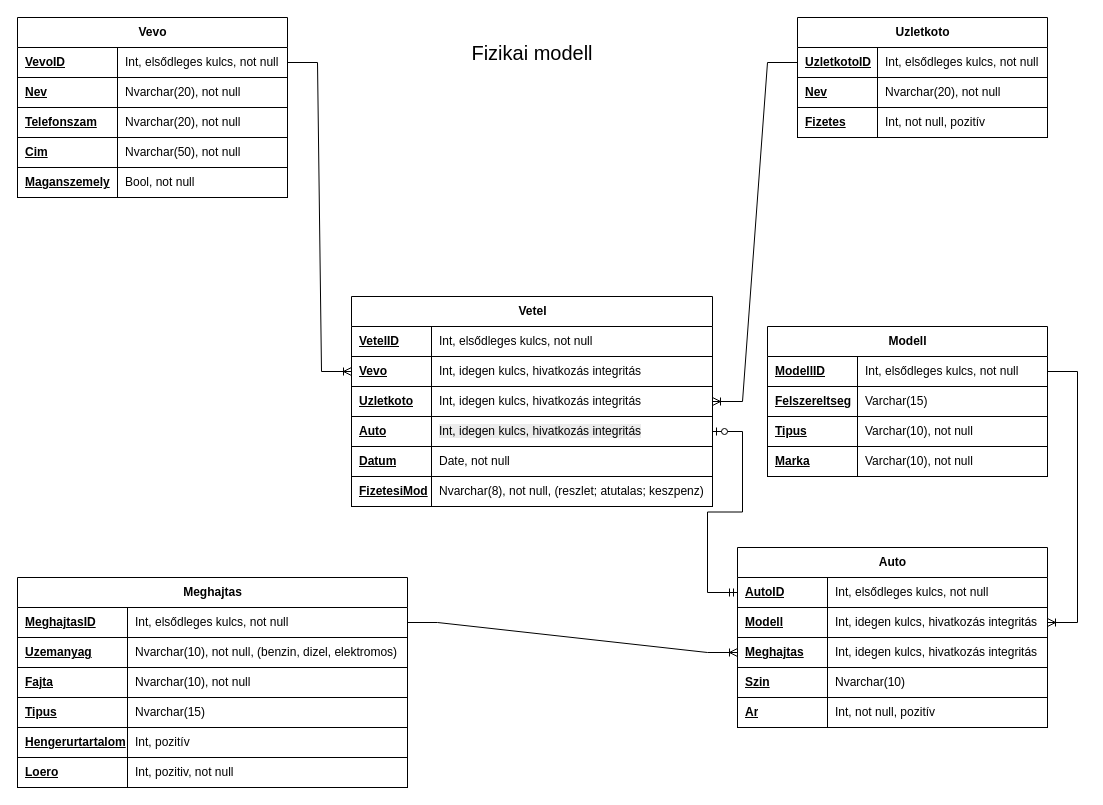
The draw.io diagram page "Fizikai modell" (3 of 3) of BEADANDO/Modellek.drawio in Horvath-B/adatbazisok, before the edit. Source tidied: cells renumbered, new cells numbered last; positions are measured from the earlier drawing's top-left corner, leaving out a move shared by most shapes. Both pictures are drawn from the tidied source at 100%, with x=0, y=0 at pixel (17, 17).
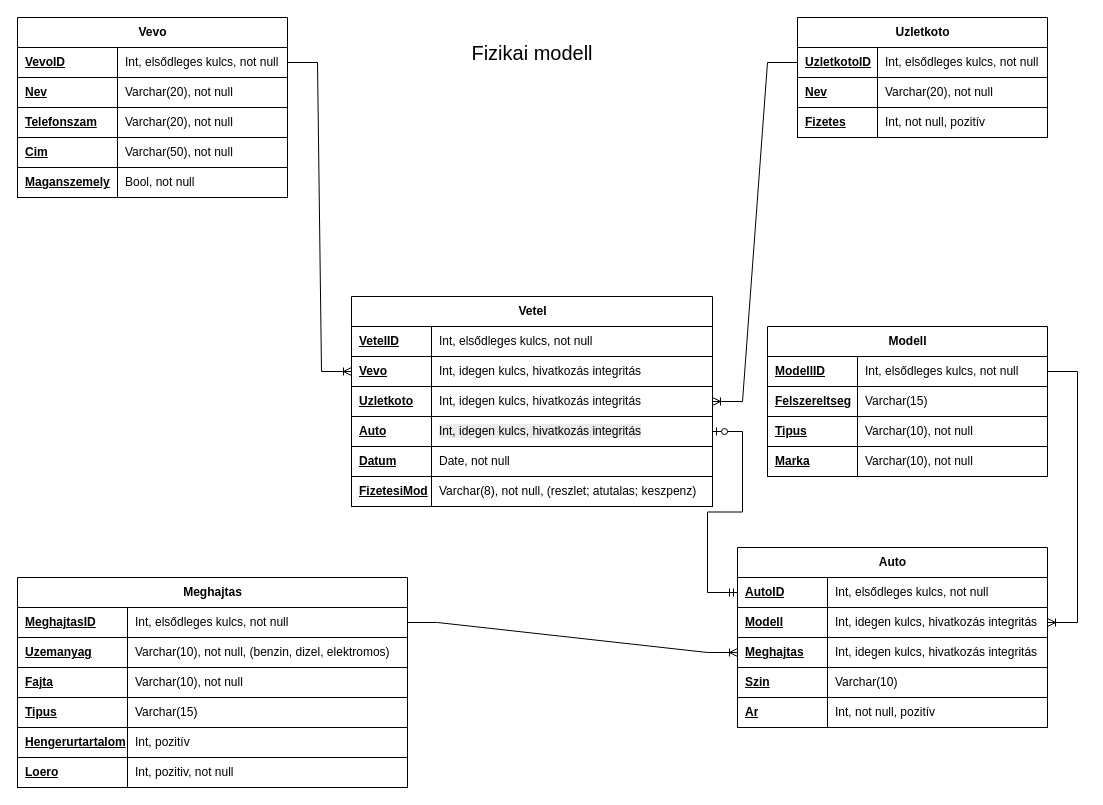
After the change.

Unchanged cells that the change refers to:
```xml
<mxCell id="6" style="shape=tableRow;horizontal=0;startSize=0;swimlaneHead=0;swimlaneBody=0;fillColor=none;top=0;left=0;right=0;bottom=1;" parent="2" vertex="1">
  <mxGeometry y="60" width="270" height="30" as="geometry" />
</mxCell>
<mxCell id="9" style="shape=tableRow;horizontal=0;startSize=0;swimlaneHead=0;swimlaneBody=0;fillColor=none;top=0;left=0;right=0;bottom=1;" parent="2" vertex="1">
  <mxGeometry y="90" width="270" height="30" as="geometry" />
</mxCell>
<mxCell id="12" style="shape=tableRow;horizontal=0;startSize=0;swimlaneHead=0;swimlaneBody=0;fillColor=none;top=0;left=0;right=0;bottom=1;" parent="2" vertex="1">
  <mxGeometry y="120" width="270" height="30" as="geometry" />
</mxCell>
<mxCell id="22" style="shape=tableRow;horizontal=0;startSize=0;swimlaneHead=0;swimlaneBody=0;fillColor=none;top=0;left=0;right=0;bottom=1;" parent="18" vertex="1">
  <mxGeometry y="60" width="250" height="30" as="geometry" />
</mxCell>
<mxCell id="38" style="shape=tableRow;horizontal=0;startSize=0;swimlaneHead=0;swimlaneBody=0;fillColor=none;top=0;left=0;right=0;bottom=1;" parent="28" vertex="1">
  <mxGeometry y="120" width="310" height="30" as="geometry" />
</mxCell>
<mxCell id="48" style="shape=tableRow;horizontal=0;startSize=0;swimlaneHead=0;swimlaneBody=0;fillColor=none;top=0;left=0;right=0;bottom=1;" parent="44" vertex="1">
  <mxGeometry y="60" width="390" height="30" as="geometry" />
</mxCell>
<mxCell id="51" style="shape=tableRow;horizontal=0;startSize=0;swimlaneHead=0;swimlaneBody=0;fillColor=none;top=0;left=0;right=0;bottom=1;" parent="44" vertex="1">
  <mxGeometry y="90" width="390" height="30" as="geometry" />
</mxCell>
<mxCell id="54" style="shape=tableRow;horizontal=0;startSize=0;swimlaneHead=0;swimlaneBody=0;fillColor=none;top=0;left=0;right=0;bottom=1;" parent="44" vertex="1">
  <mxGeometry y="120" width="390" height="30" as="geometry" />
</mxCell>
<mxCell id="80" style="shape=tableRow;horizontal=0;startSize=0;swimlaneHead=0;swimlaneBody=0;fillColor=none;top=0;left=0;right=0;bottom=1;" parent="64" vertex="1">
  <mxGeometry y="180" width="361" height="30" as="geometry" />
</mxCell>
```

The edit, as a diff of the source:
```diff
@@
-    <mxCell id="8" value="Nvarchar(20), not null" style="shape=partialRectangle;fillColor=none;top=0;left=0;bottom=0;right=0;align=left;spacingLeft=6;fontStyle=0;overflow=hidden;whiteSpace=wrap;html=1;" parent="6" vertex="1">
+    <mxCell id="8" value="Varchar(20), not null" style="shape=partialRectangle;fillColor=none;top=0;left=0;bottom=0;right=0;align=left;spacingLeft=6;fontStyle=0;overflow=hidden;whiteSpace=wrap;html=1;" parent="6" vertex="1">
       <mxGeometry x="100" width="170" height="30" as="geometry" />
     </mxCell>
@@
-    <mxCell id="11" value="Nvarchar(20), not null" style="shape=partialRectangle;fillColor=none;top=0;left=0;bottom=0;right=0;align=left;spacingLeft=6;fontStyle=0;overflow=hidden;whiteSpace=wrap;html=1;" parent="9" vertex="1">
+    <mxCell id="11" value="Varchar(20), not null" style="shape=partialRectangle;fillColor=none;top=0;left=0;bottom=0;right=0;align=left;spacingLeft=6;fontStyle=0;overflow=hidden;whiteSpace=wrap;html=1;" parent="9" vertex="1">
       <mxGeometry x="100" width="170" height="30" as="geometry" />
     </mxCell>
@@
-    <mxCell id="14" value="Nvarchar(50), not null" style="shape=partialRectangle;fillColor=none;top=0;left=0;bottom=0;right=0;align=left;spacingLeft=6;fontStyle=0;overflow=hidden;whiteSpace=wrap;html=1;" parent="12" vertex="1">
+    <mxCell id="14" value="Varchar(50), not null" style="shape=partialRectangle;fillColor=none;top=0;left=0;bottom=0;right=0;align=left;spacingLeft=6;fontStyle=0;overflow=hidden;whiteSpace=wrap;html=1;" parent="12" vertex="1">
       <mxGeometry x="100" width="170" height="30" as="geometry" />
     </mxCell>
@@
-    <mxCell id="24" value="Nvarchar(20), not null" style="shape=partialRectangle;fillColor=none;top=0;left=0;bottom=0;right=0;align=left;spacingLeft=6;fontStyle=0;overflow=hidden;whiteSpace=wrap;html=1;" parent="22" vertex="1">
+    <mxCell id="24" value="Varchar(20), not null" style="shape=partialRectangle;fillColor=none;top=0;left=0;bottom=0;right=0;align=left;spacingLeft=6;fontStyle=0;overflow=hidden;whiteSpace=wrap;html=1;" parent="22" vertex="1">
       <mxGeometry x="80" width="170" height="30" as="geometry" />
     </mxCell>
@@
-    <mxCell id="40" value="Nvarchar(10)" style="shape=partialRectangle;fillColor=none;top=0;left=0;bottom=0;right=0;align=left;spacingLeft=6;fontStyle=0;overflow=hidden;whiteSpace=wrap;html=1;" parent="38" vertex="1">
+    <mxCell id="40" value="Varchar(10)" style="shape=partialRectangle;fillColor=none;top=0;left=0;bottom=0;right=0;align=left;spacingLeft=6;fontStyle=0;overflow=hidden;whiteSpace=wrap;html=1;" parent="38" vertex="1">
       <mxGeometry x="90" width="220" height="30" as="geometry" />
     </mxCell>
@@
-    <mxCell id="50" value="Nvarchar(10), not null, (benzin, dizel, elektromos)" style="shape=partialRectangle;fillColor=none;top=0;left=0;bottom=0;right=0;align=left;spacingLeft=6;fontStyle=0;overflow=hidden;whiteSpace=wrap;html=1;" parent="48" vertex="1">
+    <mxCell id="50" value="Varchar(10), not null, (benzin, dizel, elektromos)" style="shape=partialRectangle;fillColor=none;top=0;left=0;bottom=0;right=0;align=left;spacingLeft=6;fontStyle=0;overflow=hidden;whiteSpace=wrap;html=1;" parent="48" vertex="1">
       <mxGeometry x="110" width="280" height="30" as="geometry" />
     </mxCell>
@@
-    <mxCell id="53" value="Nvarchar(10), not null" style="shape=partialRectangle;fillColor=none;top=0;left=0;bottom=0;right=0;align=left;spacingLeft=6;fontStyle=0;overflow=hidden;whiteSpace=wrap;html=1;" parent="51" vertex="1">
+    <mxCell id="53" value="Varchar(10), not null" style="shape=partialRectangle;fillColor=none;top=0;left=0;bottom=0;right=0;align=left;spacingLeft=6;fontStyle=0;overflow=hidden;whiteSpace=wrap;html=1;" parent="51" vertex="1">
       <mxGeometry x="110" width="280" height="30" as="geometry" />
     </mxCell>
@@
-    <mxCell id="56" value="Nvarchar(15)" style="shape=partialRectangle;fillColor=none;top=0;left=0;bottom=0;right=0;align=left;spacingLeft=6;fontStyle=0;overflow=hidden;whiteSpace=wrap;html=1;" parent="54" vertex="1">
+    <mxCell id="56" value="Varchar(15)" style="shape=partialRectangle;fillColor=none;top=0;left=0;bottom=0;right=0;align=left;spacingLeft=6;fontStyle=0;overflow=hidden;whiteSpace=wrap;html=1;" parent="54" vertex="1">
       <mxGeometry x="110" width="280" height="30" as="geometry" />
     </mxCell>
@@
-    <mxCell id="82" value="Nvarchar(8), not null, (reszlet; atutalas; keszpenz)" style="shape=partialRectangle;fillColor=none;top=0;left=0;bottom=0;right=0;align=left;spacingLeft=6;fontStyle=0;overflow=hidden;whiteSpace=wrap;html=1;" parent="80" vertex="1">
+    <mxCell id="82" value="Varchar(8), not null, (reszlet; atutalas; keszpenz)" style="shape=partialRectangle;fillColor=none;top=0;left=0;bottom=0;right=0;align=left;spacingLeft=6;fontStyle=0;overflow=hidden;whiteSpace=wrap;html=1;" parent="80" vertex="1">
       <mxGeometry x="80" width="281" height="30" as="geometry" />
     </mxCell>
```
